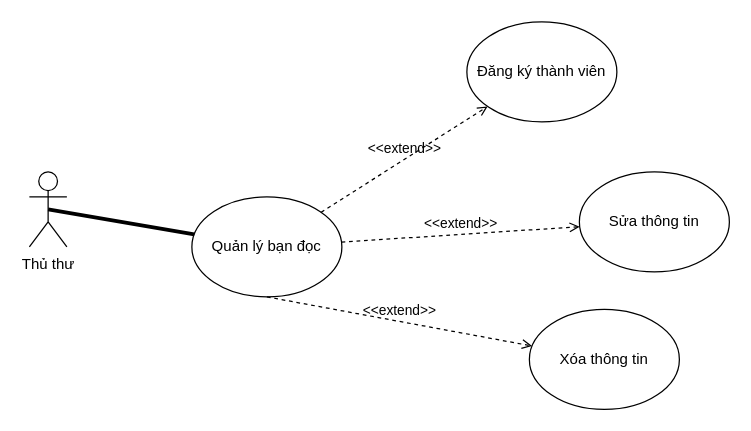
This is page "Quản lý Bạn đọc" (4 of 4) of Untitled Diagram.drawio from vanhieuhp/uml_diagram, a draw.io file, before an edit. Source tidied: cells renumbered, new cells numbered last; positions are measured from the earlier drawing's top-left corner, leaving out a move shared by most shapes. Both pictures are drawn from the tidied source at 125%, with x=0, y=0 at pixel (29, 21).
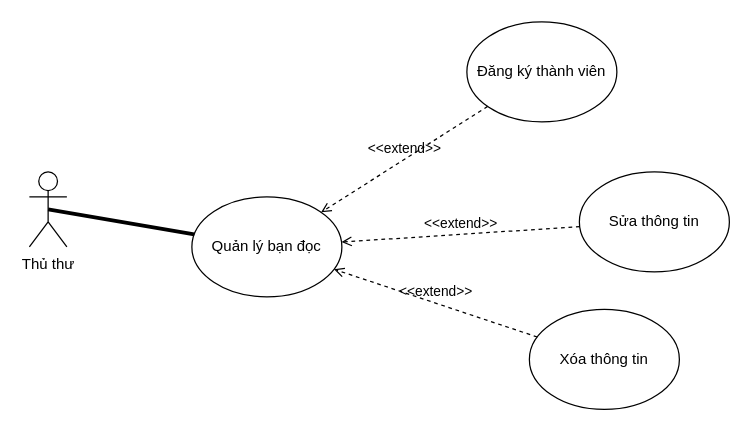
The same page after the edit.

Commit message (it also covers changes not shown here):
edit extend arrow

The edit, as a diff of the source:
```diff
@@
 <mxGraphModel>
   <root>
     <mxCell id="0" />
     <mxCell id="1" parent="0" />
     <mxCell id="2" value="Thủ thư" style="shape=umlActor;verticalLabelPosition=bottom;verticalAlign=top;html=1;" parent="1" vertex="1">
       <mxGeometry y="120" width="30" height="60" as="geometry" />
     </mxCell>
     <mxCell id="3" value="Quản lý bạn đọc" style="ellipse;whiteSpace=wrap;html=1;" parent="1" vertex="1">
       <mxGeometry x="130" y="140" width="120" height="80" as="geometry" />
     </mxCell>
     <mxCell id="4" style="endArrow=none;startArrow=none;endFill=0;startFill=0;endSize=8;html=1;verticalAlign=bottom;labelBackgroundColor=none;strokeWidth=3;rounded=0;exitX=0.5;exitY=0.5;exitDx=0;exitDy=0;exitPerimeter=0;" parent="1" edge="1" source="2" target="3">
       <mxGeometry relative="1" as="geometry" />
     </mxCell>
     <mxCell id="5" value="Đăng ký thành viên" style="ellipse;whiteSpace=wrap;html=1;" parent="1" vertex="1">
       <mxGeometry x="350" width="120" height="80" as="geometry" />
     </mxCell>
     <mxCell id="6" value="Sửa thông tin" style="ellipse;whiteSpace=wrap;html=1;" parent="1" vertex="1">
       <mxGeometry x="440" y="120" width="120" height="80" as="geometry" />
     </mxCell>
     <mxCell id="7" value="Xóa thông tin" style="ellipse;whiteSpace=wrap;html=1;" parent="1" vertex="1">
       <mxGeometry x="400" y="230" width="120" height="80" as="geometry" />
     </mxCell>
-    <mxCell id="8" value="&amp;lt;&amp;lt;extend&amp;gt;&amp;gt;" style="html=1;verticalAlign=bottom;labelBackgroundColor=none;endArrow=open;endFill=0;dashed=1;rounded=0;" parent="1" edge="1" source="3" target="5">
+    <mxCell id="8" value="&amp;lt;&amp;lt;extend&amp;gt;&amp;gt;" style="html=1;verticalAlign=bottom;labelBackgroundColor=none;endArrow=open;endFill=0;dashed=1;rounded=0;" parent="1" edge="1" source="5" target="3">
       <mxGeometry relative="1" as="geometry" />
     </mxCell>
-    <mxCell id="9" value="&amp;lt;&amp;lt;extend&amp;gt;&amp;gt;" style="html=1;verticalAlign=bottom;labelBackgroundColor=none;endArrow=open;endFill=0;dashed=1;rounded=0;" parent="1" edge="1" source="3" target="6">
+    <mxCell id="9" value="&amp;lt;&amp;lt;extend&amp;gt;&amp;gt;" style="html=1;verticalAlign=bottom;labelBackgroundColor=none;endArrow=open;endFill=0;dashed=1;rounded=0;" parent="1" edge="1" source="6" target="3">
       <mxGeometry relative="1" as="geometry" />
     </mxCell>
-    <mxCell id="10" value="&amp;lt;&amp;lt;extend&amp;gt;&amp;gt;" style="html=1;verticalAlign=bottom;labelBackgroundColor=none;endArrow=open;endFill=0;dashed=1;rounded=0;exitX=0.5;exitY=1;exitDx=0;exitDy=0;" parent="1" edge="1" source="3" target="7">
+    <mxCell id="10" value="&amp;lt;&amp;lt;extend&amp;gt;&amp;gt;" style="html=1;verticalAlign=bottom;labelBackgroundColor=none;endArrow=open;endFill=0;dashed=1;rounded=0;" parent="1" edge="1" source="7" target="3">
       <mxGeometry relative="1" as="geometry" />
     </mxCell>
   </root>
 </mxGraphModel>
```
